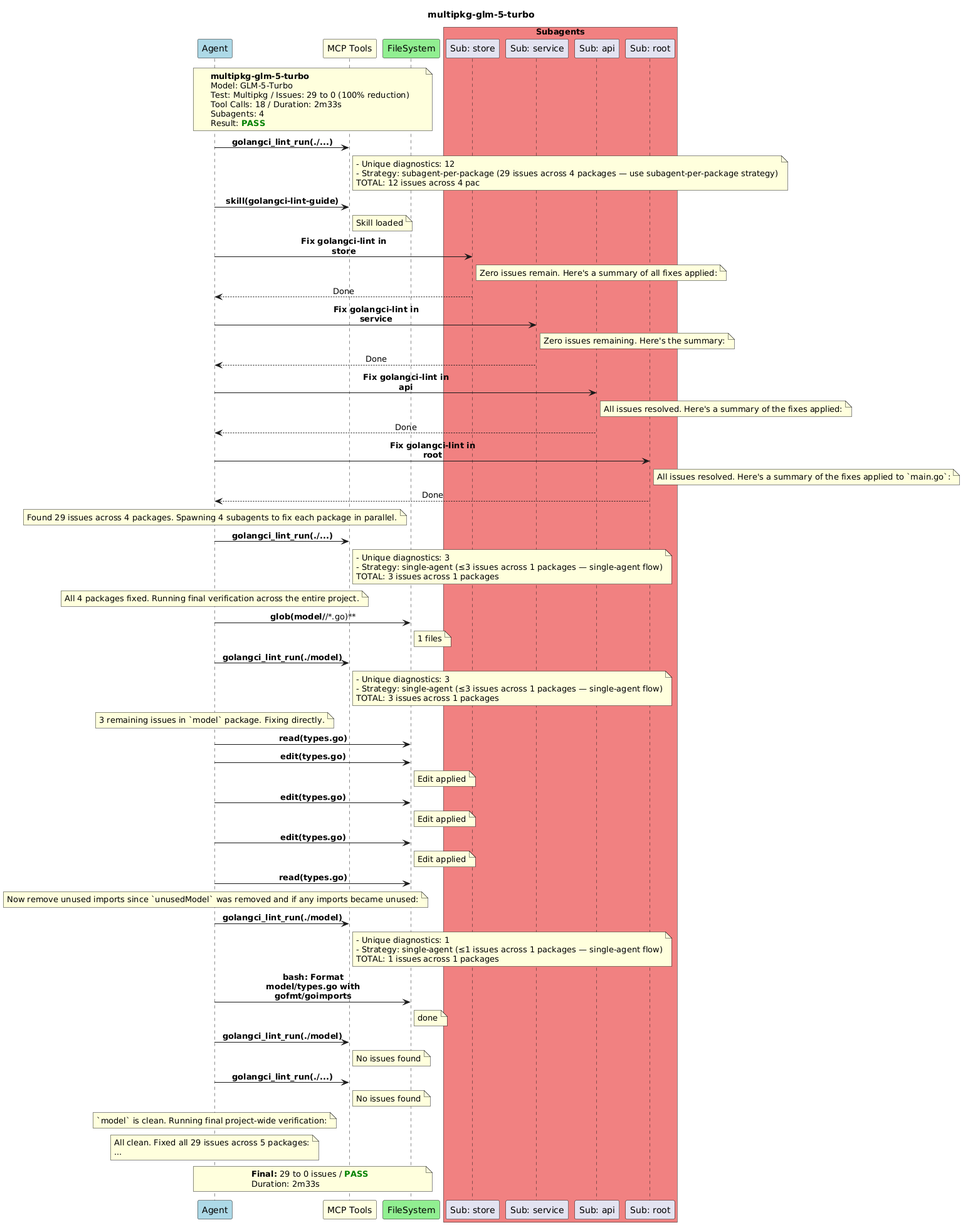
Before: diagrams/multipkg-glm-5-turbo.png, a diagram exported from PlantUML (wavilen/golangci-lint-mcp). The source it was exported from:
```plantuml
@startuml
title multipkg-glm-5-turbo

skinparam backgroundColor #FEFEFE
skinparam sequenceMessageAlign center
skinparam maxMessageSize 150

participant "Agent" as A #LightBlue
participant "MCP Tools" as MCP #LightYellow
participant "FileSystem" as FS #LightGreen

box "Subagents" #LightCoral
  participant "Sub: store" as SUB_1
  participant "Sub: service" as SUB_2
  participant "Sub: api" as SUB_3
  participant "Sub: root" as SUB_4
end box

note over A, FS
  **multipkg-glm-5-turbo**
  Model: GLM-5-Turbo
  Test: Multipkg / Issues: 29 to 0 (100% reduction)
  Tool Calls: 18 / Duration: 2m33s
  Subagents: 4
  Result: <color:green><b>PASS</b></color>
end note

A -> MCP : **golangci_lint_run(./...)**
note right of MCP
  - Unique diagnostics: 12
  - Strategy: subagent-per-package (29 issues across 4 packages — use subagent-per-package strategy)
  TOTAL: 12 issues across 4 pac
end note
A -> MCP : **skill(golangci-lint-guide)**
note right of MCP : Skill loaded
A -> SUB_1 : **Fix golangci-lint in store**
note right of SUB_1
  Zero issues remain. Here's a summary of all fixes applied:
end note
SUB_1 --> A : Done

A -> SUB_2 : **Fix golangci-lint in service**
note right of SUB_2
  Zero issues remaining. Here's the summary:
end note
SUB_2 --> A : Done

A -> SUB_3 : **Fix golangci-lint in api**
note right of SUB_3
  All issues resolved. Here's a summary of the fixes applied:
end note
SUB_3 --> A : Done

A -> SUB_4 : **Fix golangci-lint in root**
note right of SUB_4
  All issues resolved. Here's a summary of the fixes applied to `main.go`:
end note
SUB_4 --> A : Done

note over A : Found 29 issues across 4 packages. Spawning 4 subagents to fix each package in parallel.

A -> MCP : **golangci_lint_run(./...)**
note right of MCP
  - Unique diagnostics: 3
  - Strategy: single-agent (≤3 issues across 1 packages — single-agent flow)
  TOTAL: 3 issues across 1 packages
end note
note over A : All 4 packages fixed. Running final verification across the entire project.

A -> FS : **glob(model/**/*.go)**
note right of FS : 1 files
A -> MCP : **golangci_lint_run(./model)**
note right of MCP
  - Unique diagnostics: 3
  - Strategy: single-agent (≤3 issues across 1 packages — single-agent flow)
  TOTAL: 3 issues across 1 packages
end note
note over A : 3 remaining issues in `model` package. Fixing directly.

A -> FS : **read(types.go)**
A -> FS : **edit(types.go)**
note right of FS : Edit applied
A -> FS : **edit(types.go)**
note right of FS : Edit applied
A -> FS : **edit(types.go)**
note right of FS : Edit applied
A -> FS : **read(types.go)**
note over A : Now remove unused imports since `unusedModel` was removed and if any imports became unused:

A -> MCP : **golangci_lint_run(./model)**
note right of MCP
  - Unique diagnostics: 1
  - Strategy: single-agent (≤1 issues across 1 packages — single-agent flow)
  TOTAL: 1 issues across 1 packages
end note
A -> FS : **bash: Format model/types.go with gofmt/goimports**
note right of FS : done
A -> MCP : **golangci_lint_run(./model)**
note right of MCP : No issues found
A -> MCP : **golangci_lint_run(./...)**
note right of MCP : No issues found
note over A : `model` is clean. Running final project-wide verification:

note over A
  All clean. Fixed all 29 issues across 5 packages:
  ...
end note


note over A, FS
  **Final:** 29 to 0 issues / <color:green><b>PASS</b></color>
  Duration: 2m33s
end note

@enduml
```
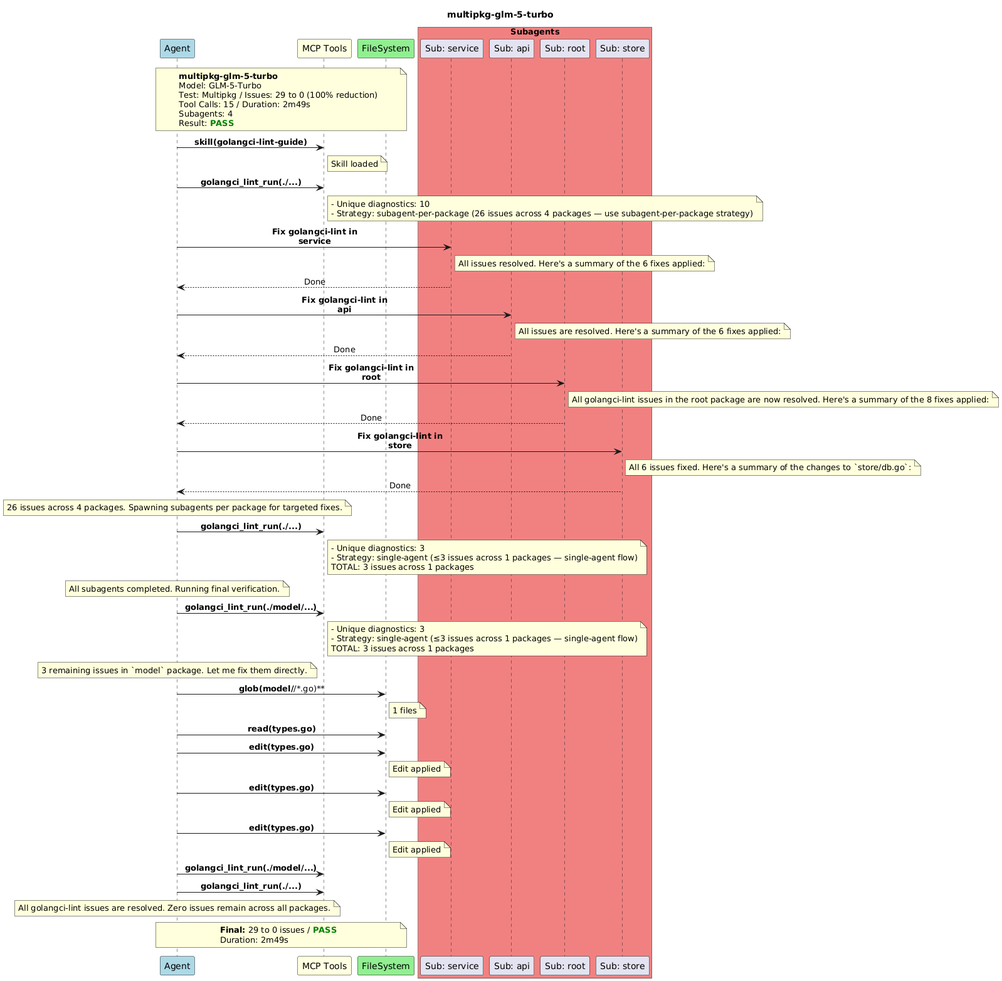
Later version of the same file.

Change to the diagram source:
```diff
@@ -10,54 +10,53 @@
 participant "FileSystem" as FS #LightGreen
 
 box "Subagents" #LightCoral
-  participant "Sub: store" as SUB_1
-  participant "Sub: service" as SUB_2
-  participant "Sub: api" as SUB_3
-  participant "Sub: root" as SUB_4
+  participant "Sub: service" as SUB_1
+  participant "Sub: api" as SUB_2
+  participant "Sub: root" as SUB_3
+  participant "Sub: store" as SUB_4
 end box
 
 note over A, FS
   **multipkg-glm-5-turbo**
   Model: GLM-5-Turbo
   Test: Multipkg / Issues: 29 to 0 (100% reduction)
-  Tool Calls: 18 / Duration: 2m33s
+  Tool Calls: 15 / Duration: 2m49s
   Subagents: 4
   Result: <color:green><b>PASS</b></color>
 end note
 
+A -> MCP : **skill(golangci-lint-guide)**
+note right of MCP : Skill loaded
 A -> MCP : **golangci_lint_run(./...)**
 note right of MCP
-  - Unique diagnostics: 12
-  - Strategy: subagent-per-package (29 issues across 4 packages — use subagent-per-package strategy)
-  TOTAL: 12 issues across 4 pac
+  - Unique diagnostics: 10
+  - Strategy: subagent-per-package (26 issues across 4 packages — use subagent-per-package strategy)
 end note
-A -> MCP : **skill(golangci-lint-guide)**
-note right of MCP : Skill loaded
-A -> SUB_1 : **Fix golangci-lint in store**
+A -> SUB_1 : **Fix golangci-lint in service**
 note right of SUB_1
-  Zero issues remain. Here's a summary of all fixes applied:
+  All issues resolved. Here's a summary of the 6 fixes applied:
 end note
 SUB_1 --> A : Done
 
-A -> SUB_2 : **Fix golangci-lint in service**
+A -> SUB_2 : **Fix golangci-lint in api**
 note right of SUB_2
-  Zero issues remaining. Here's the summary:
+  All issues are resolved. Here's a summary of the 6 fixes applied:
 end note
 SUB_2 --> A : Done
 
-A -> SUB_3 : **Fix golangci-lint in api**
+A -> SUB_3 : **Fix golangci-lint in root**
 note right of SUB_3
-  All issues resolved. Here's a summary of the fixes applied:
+  All golangci-lint issues in the root package are now resolved. Here's a summary of the 8 fixes applied:
 end note
 SUB_3 --> A : Done
 
-A -> SUB_4 : **Fix golangci-lint in root**
+A -> SUB_4 : **Fix golangci-lint in store**
 note right of SUB_4
-  All issues resolved. Here's a summary of the fixes applied to `main.go`:
+  All 6 issues fixed. Here's a summary of the changes to `store/db.go`:
 end note
 SUB_4 --> A : Done
 
-note over A : Found 29 issues across 4 packages. Spawning 4 subagents to fix each package in parallel.
+note over A : 26 issues across 4 packages. Spawning subagents per package for targeted fixes.
 
 A -> MCP : **golangci_lint_run(./...)**
 note right of MCP
@@ -65,18 +64,18 @@
   - Strategy: single-agent (≤3 issues across 1 packages — single-agent flow)
   TOTAL: 3 issues across 1 packages
 end note
-note over A : All 4 packages fixed. Running final verification across the entire project.
+note over A : All subagents completed. Running final verification.
 
-A -> FS : **glob(model/**/*.go)**
-note right of FS : 1 files
-A -> MCP : **golangci_lint_run(./model)**
+A -> MCP : **golangci_lint_run(./model/...)**
 note right of MCP
   - Unique diagnostics: 3
   - Strategy: single-agent (≤3 issues across 1 packages — single-agent flow)
   TOTAL: 3 issues across 1 packages
 end note
-note over A : 3 remaining issues in `model` package. Fixing directly.
+note over A : 3 remaining issues in `model` package. Let me fix them directly.
 
+A -> FS : **glob(model/**/*.go)**
+note right of FS : 1 files
 A -> FS : **read(types.go)**
 A -> FS : **edit(types.go)**
 note right of FS : Edit applied
@@ -84,32 +83,14 @@
 note right of FS : Edit applied
 A -> FS : **edit(types.go)**
 note right of FS : Edit applied
-A -> FS : **read(types.go)**
-note over A : Now remove unused imports since `unusedModel` was removed and if any imports became unused:
-
-A -> MCP : **golangci_lint_run(./model)**
-note right of MCP
-  - Unique diagnostics: 1
-  - Strategy: single-agent (≤1 issues across 1 packages — single-agent flow)
-  TOTAL: 1 issues across 1 packages
-end note
-A -> FS : **bash: Format model/types.go with gofmt/goimports**
-note right of FS : done
-A -> MCP : **golangci_lint_run(./model)**
-note right of MCP : No issues found
+A -> MCP : **golangci_lint_run(./model/...)**
 A -> MCP : **golangci_lint_run(./...)**
-note right of MCP : No issues found
-note over A : `model` is clean. Running final project-wide verification:
-
-note over A
-  All clean. Fixed all 29 issues across 5 packages:
-  ...
-end note
+note over A : All golangci-lint issues are resolved. Zero issues remain across all packages.
 
 
 note over A, FS
   **Final:** 29 to 0 issues / <color:green><b>PASS</b></color>
-  Duration: 2m33s
+  Duration: 2m49s
 end note
 
 @enduml
```
